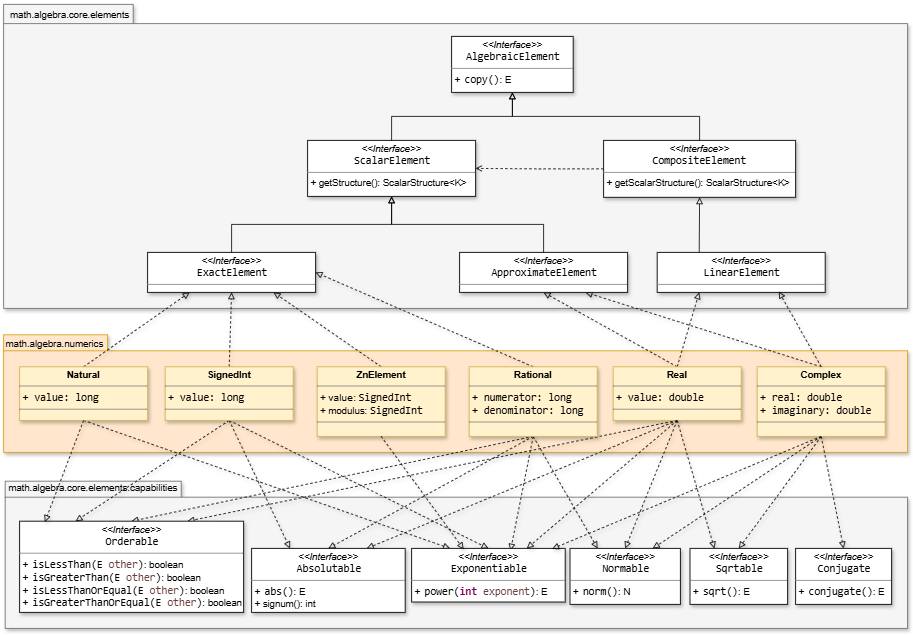
Before: docs/SMFN-algebra-elements.png, a diagram exported from draw.io (gom9000/SMFN). Source tidied: cells renumbered, new cells last; positions are measured from the earlier drawing's top-left corner, leaving out a move shared by most shapes.
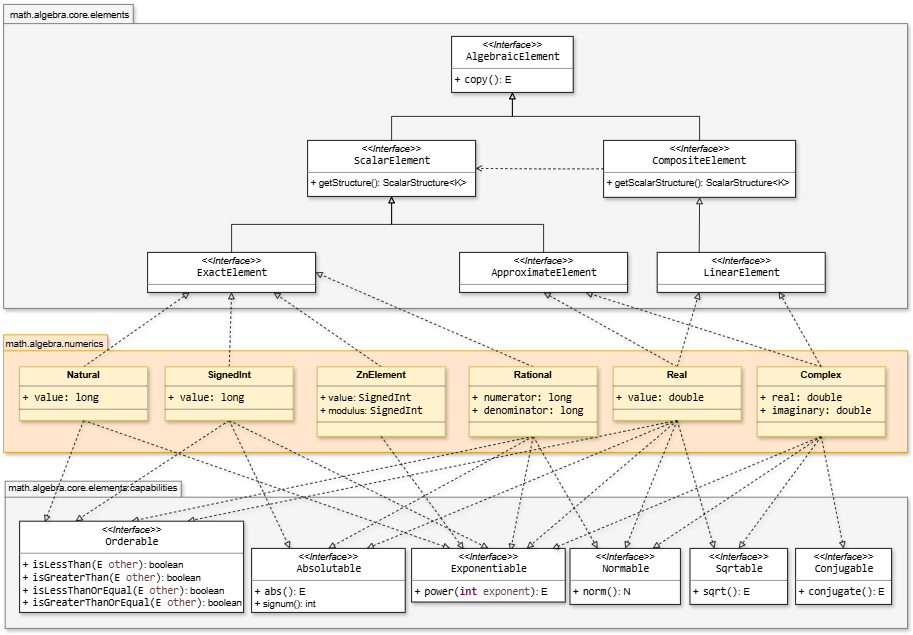
Above is the later version.

The edit, as a diff of the source:
```diff
@@ -161,7 +161,7 @@
     <mxCell id="54" style="rounded=0;jettySize=auto;html=1;exitX=0.5;exitY=1;exitDx=0;exitDy=0;entryX=0.339;entryY=0.015;entryDx=0;entryDy=0;entryPerimeter=0;shadow=1;dashed=1;strokeColor=default;align=center;verticalAlign=middle;fontFamily=Helvetica;fontSize=11;fontColor=default;labelBackgroundColor=none;endArrow=block;endFill=0;" parent="1" edge="1" source="43" target="32">
       <mxGeometry relative="1" as="geometry" />
     </mxCell>
-    <mxCell id="55" value="&lt;p style=&quot;margin:0px;margin-top:4px;text-align:center;&quot;&gt;&lt;i&gt;&amp;lt;&amp;lt;Interface&amp;gt;&amp;gt;&lt;/i&gt;&lt;br&gt;&lt;span style=&quot;padding: 0px 0px 0px 2px;&quot;&gt;&lt;span style=&quot;font-family: Consolas; font-size: 10pt; white-space: pre;&quot;&gt;&lt;span style=&quot;&quot;&gt;Conjugate&lt;/span&gt;&lt;/span&gt;&lt;/span&gt;&lt;/p&gt;&lt;hr size=&quot;1&quot; style=&quot;border-style:solid;&quot;&gt;&lt;p style=&quot;margin:0px;margin-left:4px;&quot;&gt;&lt;/p&gt;&lt;p style=&quot;margin:0px;margin-left:4px;&quot;&gt;+&amp;nbsp;&lt;span style=&quot;padding: 0px 0px 0px 2px;&quot;&gt;&lt;span style=&quot;font-family: Consolas; font-size: 10pt; white-space: pre;&quot;&gt;&lt;span style=&quot;&quot;&gt;conjugate&lt;/span&gt;()&lt;/span&gt;&lt;/span&gt;: E&lt;/p&gt;" style="verticalAlign=top;align=left;overflow=fill;html=1;whiteSpace=wrap;labelBackgroundColor=none;shadow=1;" parent="1" vertex="1">
+    <mxCell id="55" value="&lt;p style=&quot;margin:0px;margin-top:4px;text-align:center;&quot;&gt;&lt;i&gt;&amp;lt;&amp;lt;Interface&amp;gt;&amp;gt;&lt;/i&gt;&lt;br&gt;&lt;span style=&quot;padding: 0px 0px 0px 2px;&quot;&gt;&lt;span style=&quot;font-family: Consolas; font-size: 10pt; white-space: pre;&quot;&gt;&lt;span style=&quot;&quot;&gt;Conjugable&lt;/span&gt;&lt;/span&gt;&lt;/span&gt;&lt;/p&gt;&lt;hr size=&quot;1&quot; style=&quot;border-style:solid;&quot;&gt;&lt;p style=&quot;margin:0px;margin-left:4px;&quot;&gt;&lt;/p&gt;&lt;p style=&quot;margin:0px;margin-left:4px;&quot;&gt;+&amp;nbsp;&lt;span style=&quot;padding: 0px 0px 0px 2px;&quot;&gt;&lt;span style=&quot;font-family: Consolas; font-size: 10pt; white-space: pre;&quot;&gt;&lt;span style=&quot;&quot;&gt;conjugate&lt;/span&gt;()&lt;/span&gt;&lt;/span&gt;: E&lt;/p&gt;" style="verticalAlign=top;align=left;overflow=fill;html=1;whiteSpace=wrap;labelBackgroundColor=none;shadow=1;" parent="1" vertex="1">
       <mxGeometry x="990" y="681" width="120" height="70" as="geometry" />
     </mxCell>
     <mxCell id="56" style="rounded=0;jettySize=auto;html=1;exitX=0.25;exitY=0;exitDx=0;exitDy=0;entryX=0.5;entryY=1;entryDx=0;entryDy=0;endArrow=block;endFill=0;" parent="1" edge="1" source="57" target="49">
```
